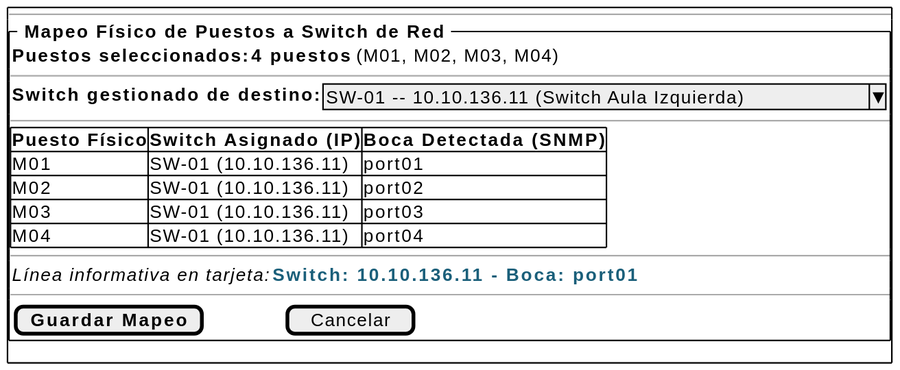
Before: images/01-requisitos/01-detalle-casos-uso/asignarPuestosASwitch/wireframes.svg, a diagram exported from PlantUML (Carlos-Lima2510/mesh-panel).
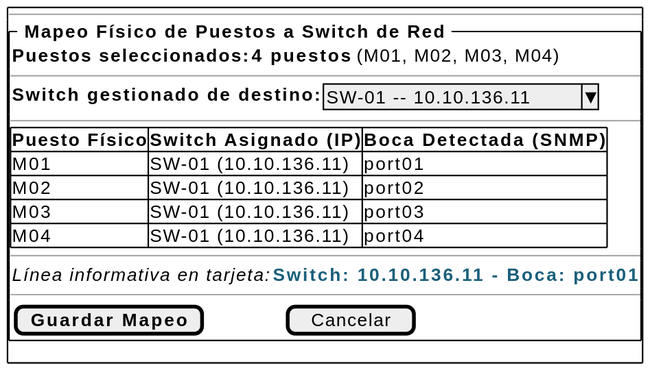
The same diagram one commit later.

The edit, as a diff of the source:
```diff
@@ -9,7 +9,7 @@
     }
     --
     {
-      <b>Switch gestionado de destino:</b> | ^SW-01 -- 10.10.136.11 (Switch Aula Izquierda)^
+      <b>Switch gestionado de destino:</b> | ^SW-01 -- 10.10.136.11^
     }
     --
     {#
```
